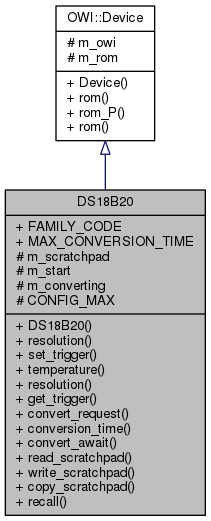
The Graphviz diagram Arduino-OWI/d8/d99/classDS18B20__inherit__graph.png in mikaelpatel/mikaelpatel.github.io, before a commit. Its source is kept beside it as Arduino-OWI/d8/d99/classDS18B20__inherit__graph.dot.
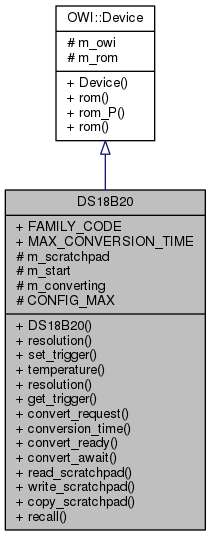
After the commit.

Diff of the diagram source:
```diff
@@ -2,7 +2,7 @@
 {
   edge [fontname="Helvetica",fontsize="10",labelfontname="Helvetica",labelfontsize="10"];
   node [fontname="Helvetica",fontsize="10",shape=record];
-  Node1 [label="{DS18B20\n|+ FAMILY_CODE\l+ MAX_CONVERSION_TIME\l# m_scratchpad\l# m_start\l# m_converting\l# CONFIG_MAX\l|+ DS18B20()\l+ resolution()\l+ set_trigger()\l+ temperature()\l+ resolution()\l+ get_trigger()\l+ convert_request()\l+ conversion_time()\l+ convert_await()\l+ read_scratchpad()\l+ write_scratchpad()\l+ copy_scratchpad()\l+ recall()\l}",height=0.2,width=0.4,color="black", fillcolor="grey75", style="filled", fontcolor="black"];
+  Node1 [label="{DS18B20\n|+ FAMILY_CODE\l+ MAX_CONVERSION_TIME\l# m_scratchpad\l# m_start\l# m_converting\l# CONFIG_MAX\l|+ DS18B20()\l+ resolution()\l+ set_trigger()\l+ temperature()\l+ resolution()\l+ get_trigger()\l+ convert_request()\l+ conversion_time()\l+ convert_ready()\l+ convert_await()\l+ read_scratchpad()\l+ write_scratchpad()\l+ copy_scratchpad()\l+ recall()\l}",height=0.2,width=0.4,color="black", fillcolor="grey75", style="filled", fontcolor="black"];
   Node2 -> Node1 [dir="back",color="midnightblue",fontsize="10",style="solid",arrowtail="onormal",fontname="Helvetica"];
   Node2 [label="{OWI::Device\n|# m_owi\l# m_rom\l|+ Device()\l+ rom()\l+ rom_P()\l+ rom()\l}",height=0.2,width=0.4,color="black", fillcolor="white", style="filled",URL="$d0/d7f/classOWI_1_1Device.html"];
 }
```
